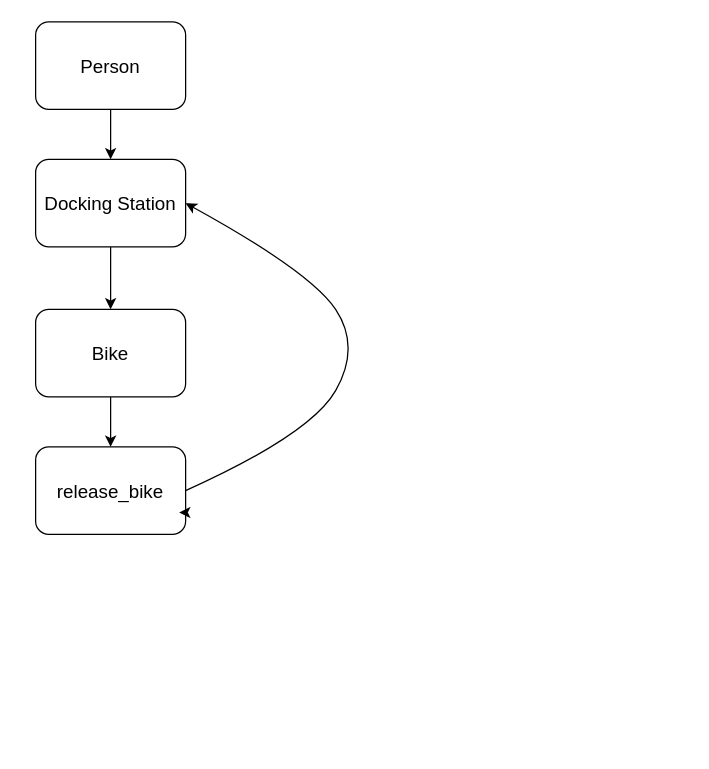
Earlier version of the draw.io diagram Untitled Diagram.drawio (drkitsch/Boris-Bikes-3). Source tidied: cells renumbered, new cells numbered last; positions are measured from the earlier drawing's top-left corner, leaving out a move shared by most shapes. Both pictures are drawn from the tidied source at 125%, with x=0, y=0 at pixel (35, 21).
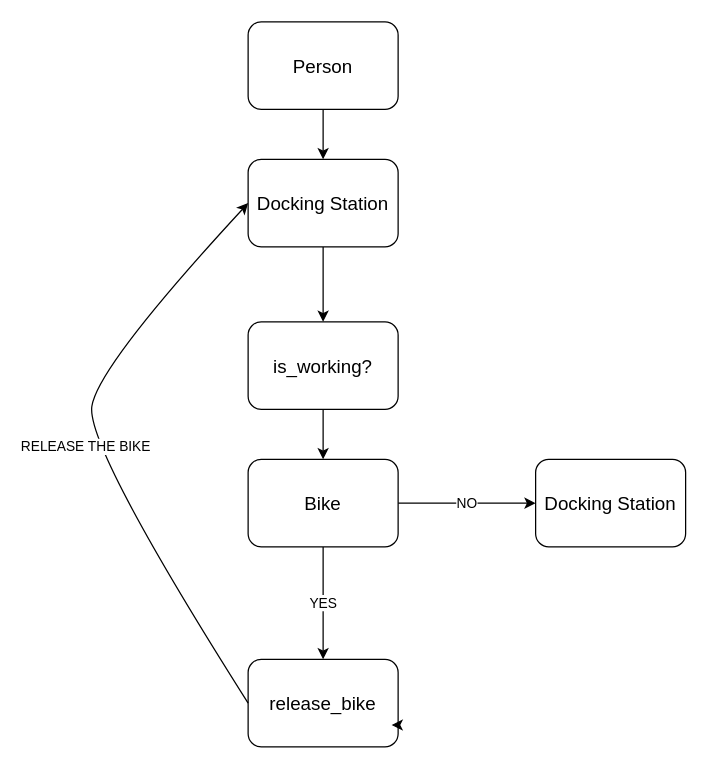
Above is the later version.

Commit message:
Added in user story 2

What changed in the source:
```diff
@@
 <mxGraphModel>
   <root>
     <mxCell id="0" />
     <mxCell id="1" parent="0" />
     <mxCell id="2" value="&lt;font style=&quot;font-size: 15px&quot;&gt;release_bike&lt;/font&gt;" style="rounded=1;whiteSpace=wrap;html=1;" parent="1" vertex="1">
-      <mxGeometry y="340" width="120" height="70" as="geometry" />
+      <mxGeometry x="170" y="510" width="120" height="70" as="geometry" />
     </mxCell>
     <mxCell id="3" style="edgeStyle=orthogonalEdgeStyle;rounded=0;orthogonalLoop=1;jettySize=auto;html=1;exitX=1;exitY=0.75;exitDx=0;exitDy=0;entryX=0.957;entryY=0.755;entryDx=0;entryDy=0;entryPerimeter=0;" parent="1" edge="1" source="2" target="2">
       <mxGeometry relative="1" as="geometry" />
     </mxCell>
     <mxCell id="4" style="edgeStyle=orthogonalEdgeStyle;rounded=0;jettySize=auto;html=1;" parent="1" edge="1" source="5" target="9">
       <mxGeometry relative="1" as="geometry" />
     </mxCell>
     <mxCell id="5" value="&lt;span style=&quot;font-size: 15px&quot;&gt;Person&lt;/span&gt;" style="rounded=1;whiteSpace=wrap;html=1;" parent="1" vertex="1">
-      <mxGeometry width="120" height="70" as="geometry" />
+      <mxGeometry x="170" width="120" height="70" as="geometry" />
     </mxCell>
-    <mxCell id="6" style="edgeStyle=orthogonalEdgeStyle;rounded=0;jettySize=auto;html=1;" parent="1" edge="1" source="7" target="2">
+    <mxCell id="6" value="YES" style="edgeStyle=orthogonalEdgeStyle;rounded=0;jettySize=auto;html=1;" parent="1" edge="1" source="7" target="2">
       <mxGeometry relative="1" as="geometry" />
     </mxCell>
+    <mxCell id="11" value="NO" style="edgeStyle=orthogonalEdgeStyle;rounded=0;jettySize=auto;html=1;" parent="1" edge="1" source="7" target="15">
+      <mxGeometry relative="1" as="geometry" />
+    </mxCell>
     <mxCell id="7" value="&lt;span style=&quot;font-size: 15px&quot;&gt;Bike&lt;/span&gt;" style="rounded=1;whiteSpace=wrap;html=1;" parent="1" vertex="1">
-      <mxGeometry y="230" width="120" height="70" as="geometry" />
+      <mxGeometry x="170" y="350" width="120" height="70" as="geometry" />
     </mxCell>
-    <mxCell id="8" style="edgeStyle=orthogonalEdgeStyle;rounded=0;jettySize=auto;html=1;" parent="1" edge="1" source="9" target="7">
-      <mxGeometry relative="1" as="geometry" />
-    </mxCell>
+    <mxCell id="12" style="edgeStyle=orthogonalEdgeStyle;rounded=0;jettySize=auto;html=1;" parent="1" edge="1" source="9" target="14">
+      <mxGeometry relative="1" as="geometry" />
+    </mxCell>
     <mxCell id="9" value="&lt;span style=&quot;font-size: 15px&quot;&gt;Docking Station&lt;/span&gt;" style="rounded=1;whiteSpace=wrap;html=1;" parent="1" vertex="1">
-      <mxGeometry y="110" width="120" height="70" as="geometry" />
+      <mxGeometry x="170" y="110" width="120" height="70" as="geometry" />
     </mxCell>
+    <mxCell id="13" style="edgeStyle=orthogonalEdgeStyle;rounded=0;jettySize=auto;html=1;" parent="1" edge="1" source="14" target="7">
+      <mxGeometry relative="1" as="geometry" />
+    </mxCell>
+    <mxCell id="14" value="&lt;span style=&quot;font-size: 15px&quot;&gt;is_working?&lt;/span&gt;" style="rounded=1;whiteSpace=wrap;html=1;" parent="1" vertex="1">
+      <mxGeometry x="170" y="240" width="120" height="70" as="geometry" />
+    </mxCell>
+    <mxCell id="15" value="&lt;span style=&quot;font-size: 15px&quot;&gt;Docking Station&lt;/span&gt;" style="rounded=1;whiteSpace=wrap;html=1;" parent="1" vertex="1">
+      <mxGeometry x="400" y="350" width="120" height="70" as="geometry" />
+    </mxCell>
-    <mxCell id="10" style="curved=1;endArrow=classic;html=1;exitX=1;exitY=0.5;exitDx=0;exitDy=0;entryX=1;entryY=0.5;entryDx=0;entryDy=0;" parent="1" edge="1" source="2" target="9">
+    <mxCell id="10" value="RELEASE THE BIKE" style="curved=1;endArrow=classic;html=1;exitX=0;exitY=0.5;exitDx=0;exitDy=0;entryX=0;entryY=0.5;entryDx=0;entryDy=0;" parent="1" edge="1" source="2" target="9">
       <mxGeometry relative="1" as="geometry">
         <Array as="points">
-          <mxPoint x="220" y="330" />
-          <mxPoint x="260" y="260" />
-          <mxPoint x="220" y="200" />
+          <mxPoint x="40" y="340" />
+          <mxPoint x="50" y="275" />
         </Array>
       </mxGeometry>
     </mxCell>
   </root>
 </mxGraphModel>
```
